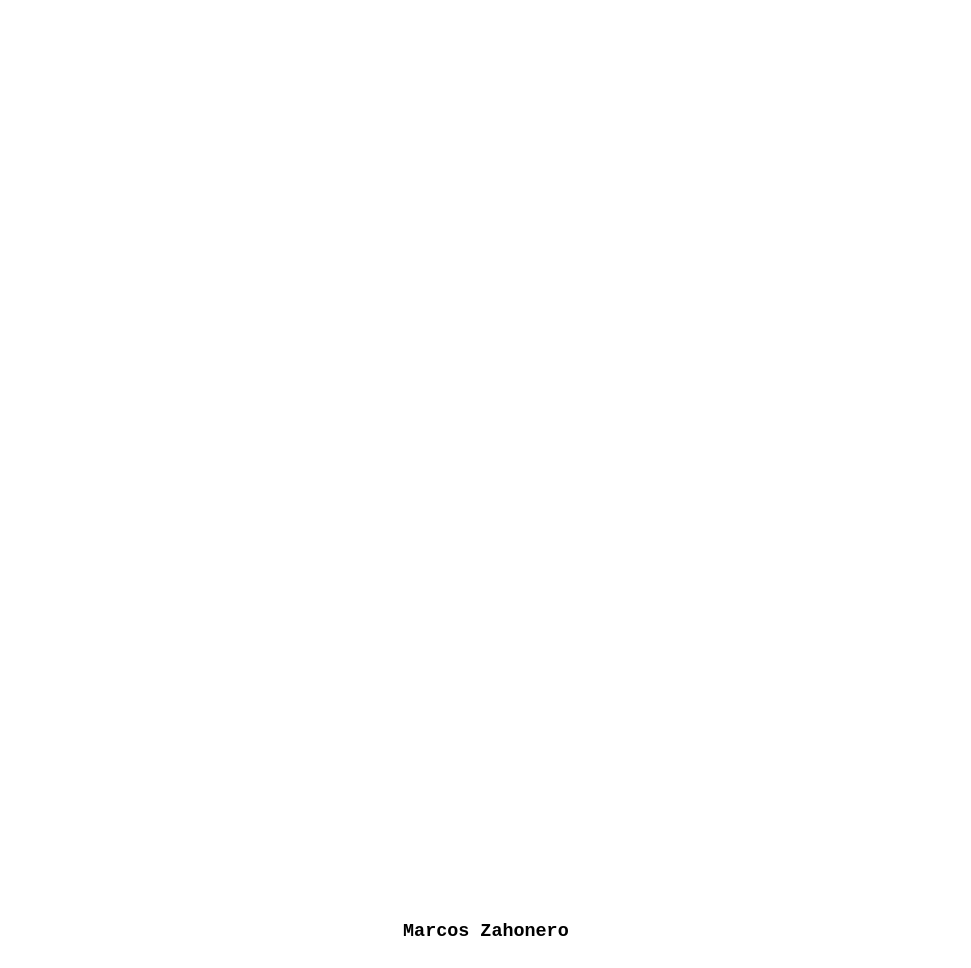
Above: page "Ejercicio 6" (5 of 8) of Task5EER_MarcosZahonero.drawio in Maek0s/1DAM_Databases (draw.io), before the change. Source tidied: cells renumbered, new cells numbered last; positions are measured from the earlier drawing's top-left corner, leaving out a move shared by most shapes. Both pictures are drawn from the tidied source at 115%, with x=0, y=0 at pixel (388, 914).
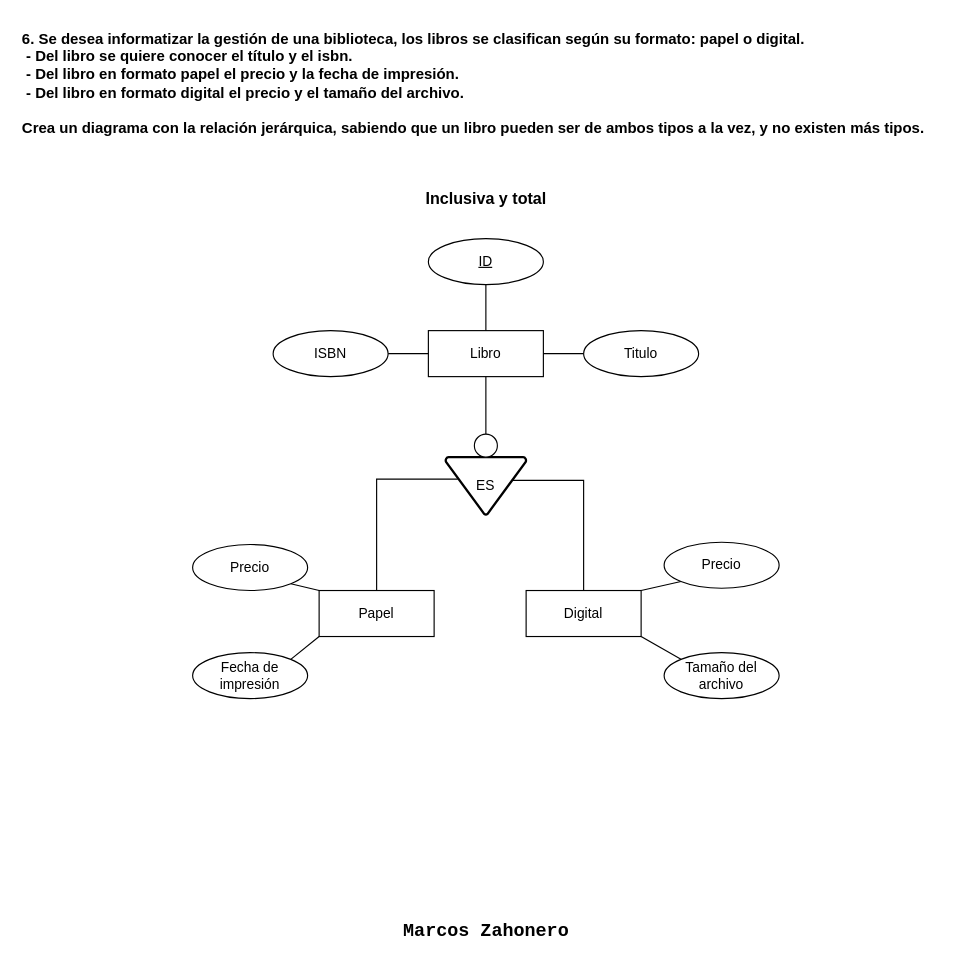
After the change.

Diff of the diagram source:
```diff
@@
+    <mxCell id="3" value="&lt;div style=&quot;font-size: 13px;&quot;&gt;&lt;b&gt;&lt;font style=&quot;font-size: 13px;&quot;&gt;6. Se desea informatizar la gestión de una biblioteca, los libros se clasifican según su formato: papel o digital.&amp;nbsp;&lt;/font&gt;&lt;/b&gt;&lt;/div&gt;&lt;div style=&quot;font-size: 13px;&quot;&gt;&lt;span style=&quot;background-color: initial;&quot;&gt;&lt;b&gt;&lt;font style=&quot;font-size: 13px;&quot;&gt;&amp;nbsp;- Del libro se quiere conocer el título y el isbn.&amp;nbsp;&lt;/font&gt;&lt;/b&gt;&lt;/span&gt;&lt;/div&gt;&lt;div style=&quot;font-size: 13px;&quot;&gt;&lt;span style=&quot;background-color: initial;&quot;&gt;&lt;b&gt;&lt;font style=&quot;font-size: 13px;&quot;&gt;&amp;nbsp;- Del libro en formato papel el precio y la fecha de impresión.&amp;nbsp;&lt;/font&gt;&lt;/b&gt;&lt;/span&gt;&lt;/div&gt;&lt;div style=&quot;font-size: 13px;&quot;&gt;&lt;span style=&quot;background-color: initial;&quot;&gt;&lt;b&gt;&lt;font style=&quot;font-size: 13px;&quot;&gt;&amp;nbsp;- Del libro en formato digital el precio y el tamaño del archivo.&amp;nbsp;&lt;/font&gt;&lt;/b&gt;&lt;/span&gt;&lt;/div&gt;&lt;div style=&quot;font-size: 13px;&quot;&gt;&lt;span style=&quot;background-color: initial;&quot;&gt;&lt;b&gt;&lt;font style=&quot;font-size: 13px;&quot;&gt;&lt;br&gt;&lt;/font&gt;&lt;/b&gt;&lt;/span&gt;&lt;/div&gt;&lt;div style=&quot;font-size: 13px;&quot;&gt;&lt;span style=&quot;background-color: initial;&quot;&gt;&lt;b&gt;&lt;font style=&quot;font-size: 13px;&quot;&gt;Crea un diagrama con la relación jerárquica, sabiendo que un libro pueden ser de ambos tipos a la vez, y no existen más tipos.&lt;/font&gt;&lt;/b&gt;&lt;/span&gt;&lt;/div&gt;" style="text;html=1;align=left;verticalAlign=middle;strokeColor=none;fillColor=none;" parent="1" vertex="1">
+      <mxGeometry x="-320" y="-778" width="810" height="110" as="geometry" />
+    </mxCell>
+    <mxCell id="4" value="Libro" style="whiteSpace=wrap;html=1;align=center;" parent="1" vertex="1">
+      <mxGeometry x="35" y="-508" width="100" height="40" as="geometry" />
+    </mxCell>
+    <mxCell id="5" value="ES" style="strokeWidth=2;html=1;shape=mxgraph.flowchart.merge_or_storage;whiteSpace=wrap;" parent="1" vertex="1">
+      <mxGeometry x="50" y="-398" width="70" height="50" as="geometry" />
+    </mxCell>
+    <mxCell id="6" style="edgeStyle=orthogonalEdgeStyle;rounded=0;jettySize=auto;html=1;entryX=0.151;entryY=0.382;entryDx=0;entryDy=0;entryPerimeter=0;endArrow=none;endFill=0;" parent="1" edge="1" source="9" target="5">
+      <mxGeometry relative="1" as="geometry">
+        <Array as="points">
+          <mxPoint x="-10" y="-379" />
+        </Array>
+      </mxGeometry>
+    </mxCell>
+    <mxCell id="7" style="rounded=0;jettySize=auto;html=1;exitX=0;exitY=1;exitDx=0;exitDy=0;entryX=1;entryY=0;entryDx=0;entryDy=0;endArrow=none;endFill=0;" parent="1" edge="1" source="9" target="14">
+      <mxGeometry relative="1" as="geometry" />
+    </mxCell>
+    <mxCell id="8" style="rounded=0;jettySize=auto;html=1;exitX=0;exitY=0;exitDx=0;exitDy=0;entryX=1;entryY=1;entryDx=0;entryDy=0;endArrow=none;endFill=0;" parent="1" edge="1" source="9" target="13">
+      <mxGeometry relative="1" as="geometry" />
+    </mxCell>
+    <mxCell id="9" value="Papel" style="whiteSpace=wrap;html=1;align=center;" parent="1" vertex="1">
+      <mxGeometry x="-60" y="-282" width="100" height="40" as="geometry" />
+    </mxCell>
+    <mxCell id="10" style="rounded=0;jettySize=auto;html=1;exitX=1;exitY=1;exitDx=0;exitDy=0;entryX=0;entryY=0;entryDx=0;entryDy=0;endArrow=none;endFill=0;" parent="1" edge="1" source="12" target="18">
+      <mxGeometry relative="1" as="geometry" />
+    </mxCell>
+    <mxCell id="11" style="rounded=0;jettySize=auto;html=1;exitX=1;exitY=0;exitDx=0;exitDy=0;entryX=0;entryY=1;entryDx=0;entryDy=0;endArrow=none;endFill=0;" parent="1" edge="1" source="12" target="17">
+      <mxGeometry relative="1" as="geometry" />
+    </mxCell>
+    <mxCell id="12" value="Digital" style="whiteSpace=wrap;html=1;align=center;" parent="1" vertex="1">
+      <mxGeometry x="120" y="-282" width="100" height="40" as="geometry" />
+    </mxCell>
+    <mxCell id="13" value="Precio" style="ellipse;whiteSpace=wrap;html=1;align=center;" parent="1" vertex="1">
+      <mxGeometry x="-170" y="-322" width="100" height="40" as="geometry" />
+    </mxCell>
+    <mxCell id="14" value="Fecha de impresión" style="ellipse;whiteSpace=wrap;html=1;align=center;" parent="1" vertex="1">
+      <mxGeometry x="-170" y="-228" width="100" height="40" as="geometry" />
+    </mxCell>
+    <mxCell id="15" style="edgeStyle=orthogonalEdgeStyle;rounded=0;jettySize=auto;html=1;entryX=0.5;entryY=0;entryDx=0;entryDy=0;entryPerimeter=0;endArrow=none;endFill=0;" parent="1" edge="1" source="27" target="5">
+      <mxGeometry relative="1" as="geometry">
+        <Array as="points">
+          <mxPoint x="85" y="-398" />
+          <mxPoint x="85" y="-398" />
+        </Array>
+      </mxGeometry>
+    </mxCell>
+    <mxCell id="16" style="edgeStyle=orthogonalEdgeStyle;rounded=0;jettySize=auto;html=1;endArrow=none;endFill=0;entryX=0.836;entryY=0.404;entryDx=0;entryDy=0;entryPerimeter=0;" parent="1" edge="1" source="12" target="5">
+      <mxGeometry relative="1" as="geometry">
+        <Array as="points">
+          <mxPoint x="170" y="-378" />
+        </Array>
+      </mxGeometry>
+    </mxCell>
+    <mxCell id="17" value="Precio" style="ellipse;whiteSpace=wrap;html=1;align=center;" parent="1" vertex="1">
+      <mxGeometry x="240" y="-324" width="100" height="40" as="geometry" />
+    </mxCell>
+    <mxCell id="18" value="Tamaño del&lt;br&gt;archivo" style="ellipse;whiteSpace=wrap;html=1;align=center;" parent="1" vertex="1">
+      <mxGeometry x="240" y="-228" width="100" height="40" as="geometry" />
+    </mxCell>
+    <mxCell id="19" style="edgeStyle=orthogonalEdgeStyle;rounded=0;jettySize=auto;html=1;entryX=0.5;entryY=0;entryDx=0;entryDy=0;endArrow=none;endFill=0;" parent="1" edge="1" source="20" target="4">
+      <mxGeometry relative="1" as="geometry" />
+    </mxCell>
+    <mxCell id="20" value="ID" style="ellipse;whiteSpace=wrap;html=1;align=center;fontStyle=4;" parent="1" vertex="1">
+      <mxGeometry x="35" y="-588" width="100" height="40" as="geometry" />
+    </mxCell>
+    <mxCell id="21" style="edgeStyle=orthogonalEdgeStyle;rounded=0;jettySize=auto;html=1;entryX=1;entryY=0.5;entryDx=0;entryDy=0;endArrow=none;endFill=0;" parent="1" edge="1" source="22" target="4">
+      <mxGeometry relative="1" as="geometry" />
+    </mxCell>
+    <mxCell id="22" value="Titulo" style="ellipse;whiteSpace=wrap;html=1;align=center;" parent="1" vertex="1">
+      <mxGeometry x="170" y="-508" width="100" height="40" as="geometry" />
+    </mxCell>
+    <mxCell id="23" style="edgeStyle=orthogonalEdgeStyle;rounded=0;jettySize=auto;html=1;entryX=0;entryY=0.5;entryDx=0;entryDy=0;endArrow=none;endFill=0;" parent="1" edge="1" source="24" target="4">
+      <mxGeometry relative="1" as="geometry" />
+    </mxCell>
+    <mxCell id="24" value="ISBN" style="ellipse;whiteSpace=wrap;html=1;align=center;" parent="1" vertex="1">
+      <mxGeometry x="-100" y="-508" width="100" height="40" as="geometry" />
+    </mxCell>
+    <mxCell id="25" value="&lt;b&gt;&lt;font style=&quot;font-size: 14px;&quot;&gt;Inclusiva y total&lt;/font&gt;&lt;/b&gt;" style="text;html=1;align=center;verticalAlign=middle;strokeColor=none;fillColor=none;" parent="1" vertex="1">
+      <mxGeometry x="20" y="-638" width="130" height="30" as="geometry" />
+    </mxCell>
+    <mxCell id="26" style="edgeStyle=orthogonalEdgeStyle;rounded=0;jettySize=auto;html=1;entryX=0.5;entryY=0;entryDx=0;entryDy=0;entryPerimeter=0;endArrow=none;endFill=0;" parent="1" edge="1" source="4" target="27">
+      <mxGeometry relative="1" as="geometry" />
+    </mxCell>
+    <mxCell id="27" style="verticalLabelPosition=bottom;verticalAlign=top;html=1;shape=mxgraph.flowchart.on-page_reference;" parent="1" vertex="1">
+      <mxGeometry x="75" y="-418" width="20" height="20" as="geometry" />
+    </mxCell>
```
